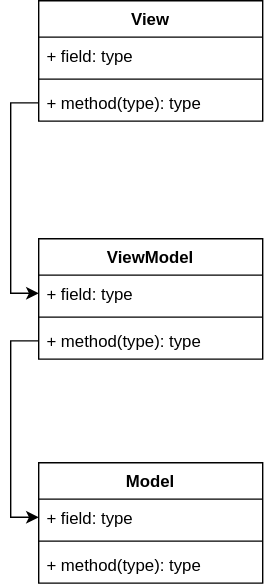
The draw.io diagram MVVM/UML MVVM.svg in devlubinets/todo, before a commit. Source tidied: cells renumbered, new cells last; positions are measured from the earlier drawing's top-left corner, leaving out a move shared by most shapes. The source it was exported from:
```xml
<mxGraphModel>
  <root>
    <mxCell id="0" />
    <mxCell id="1" parent="0" />
    <mxCell id="2" value="View" style="swimlane;fontStyle=1;align=center;verticalAlign=top;horizontal=1;startSize=26;" parent="1" vertex="1">
      <mxGeometry width="160" height="86" as="geometry" />
    </mxCell>
    <mxCell id="3" value="+ field: type" style="text;strokeColor=none;fillColor=none;align=left;verticalAlign=top;spacingLeft=4;spacingRight=4;overflow=hidden;" parent="2" vertex="1">
      <mxGeometry y="26" width="160" height="26" as="geometry" />
    </mxCell>
    <mxCell id="4" style="line;strokeWidth=1;fillColor=none;align=left;verticalAlign=middle;spacingTop=-1;spacingLeft=3;spacingRight=3;labelPosition=right;" parent="2" vertex="1">
      <mxGeometry y="52" width="160" height="8" as="geometry" />
    </mxCell>
    <mxCell id="5" value="+ method(type): type" style="text;strokeColor=none;fillColor=none;align=left;verticalAlign=top;spacingLeft=4;spacingRight=4;overflow=hidden;points=[[0,0.5],[1,0.5]];portConstraint=eastwest;" parent="2" vertex="1">
      <mxGeometry y="60" width="160" height="26" as="geometry" />
    </mxCell>
    <mxCell id="6" value="ViewModel" style="swimlane;fontStyle=1;align=center;verticalAlign=top;horizontal=1;startSize=26;" parent="1" vertex="1">
      <mxGeometry y="170" width="160" height="86" as="geometry" />
    </mxCell>
    <mxCell id="7" value="+ field: type" style="text;strokeColor=none;fillColor=none;align=left;verticalAlign=top;spacingLeft=4;spacingRight=4;overflow=hidden;points=[[0,0.5],[1,0.5]];portConstraint=eastwest;" parent="6" vertex="1">
      <mxGeometry y="26" width="160" height="26" as="geometry" />
    </mxCell>
    <mxCell id="8" style="line;strokeWidth=1;fillColor=none;align=left;verticalAlign=middle;spacingTop=-1;spacingLeft=3;spacingRight=3;labelPosition=right;" parent="6" vertex="1">
      <mxGeometry y="52" width="160" height="8" as="geometry" />
    </mxCell>
    <mxCell id="9" value="+ method(type): type" style="text;strokeColor=none;fillColor=none;align=left;verticalAlign=top;spacingLeft=4;spacingRight=4;overflow=hidden;points=[[0,0.5],[1,0.5]];portConstraint=eastwest;" parent="6" vertex="1">
      <mxGeometry y="60" width="160" height="26" as="geometry" />
    </mxCell>
    <mxCell id="10" value="Model" style="swimlane;fontStyle=1;align=center;verticalAlign=top;horizontal=1;startSize=26;" parent="1" vertex="1">
      <mxGeometry y="330" width="160" height="86" as="geometry" />
    </mxCell>
    <mxCell id="11" value="+ field: type" style="text;strokeColor=none;fillColor=none;align=left;verticalAlign=top;spacingLeft=4;spacingRight=4;overflow=hidden;points=[[0,0.5],[1,0.5]];portConstraint=eastwest;" parent="10" vertex="1">
      <mxGeometry y="26" width="160" height="26" as="geometry" />
    </mxCell>
    <mxCell id="12" style="line;strokeWidth=1;fillColor=none;align=left;verticalAlign=middle;spacingTop=-1;spacingLeft=3;spacingRight=3;labelPosition=right;" parent="10" vertex="1">
      <mxGeometry y="52" width="160" height="8" as="geometry" />
    </mxCell>
    <mxCell id="13" value="+ method(type): type" style="text;strokeColor=none;fillColor=none;align=left;verticalAlign=top;spacingLeft=4;spacingRight=4;overflow=hidden;" parent="10" vertex="1">
      <mxGeometry y="60" width="160" height="26" as="geometry" />
    </mxCell>
    <mxCell id="14" style="edgeStyle=orthogonalEdgeStyle;rounded=0;jettySize=auto;html=1;entryX=0;entryY=0.5;entryDx=0;entryDy=0;" parent="1" edge="1" source="9" target="11">
      <mxGeometry relative="1" as="geometry" />
    </mxCell>
    <mxCell id="15" style="edgeStyle=orthogonalEdgeStyle;rounded=0;jettySize=auto;html=1;entryX=0;entryY=0.5;entryDx=0;entryDy=0;" parent="1" edge="1" source="5" target="7">
      <mxGeometry relative="1" as="geometry" />
    </mxCell>
  </root>
</mxGraphModel>
```
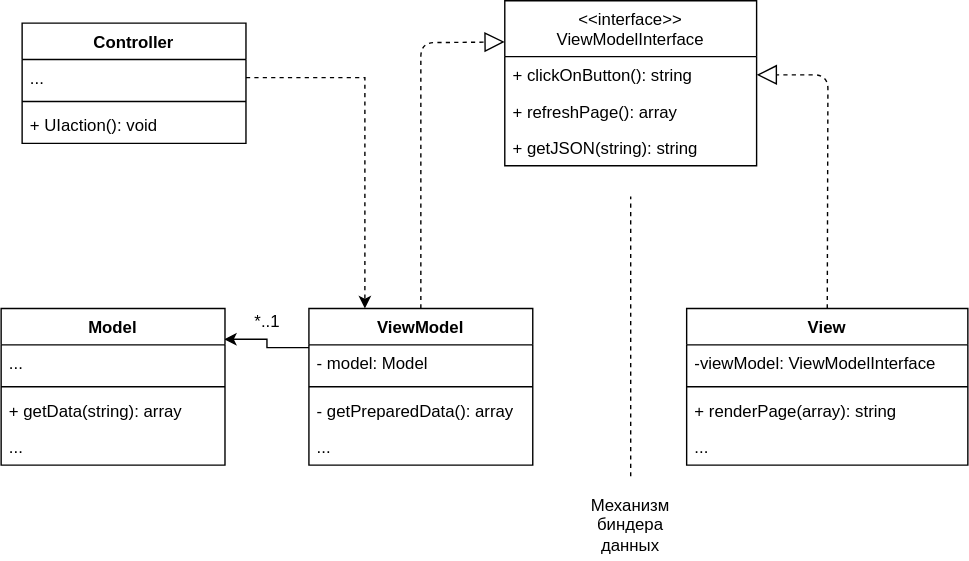
The same file after the commit.

Commit message:
Обновил UML диаграмму

Change to the diagram source:
```diff
@@ -3,46 +3,106 @@
     <mxCell id="0" />
     <mxCell id="1" parent="0" />
     <mxCell id="2" value="View" style="swimlane;fontStyle=1;align=center;verticalAlign=top;horizontal=1;startSize=26;" parent="1" vertex="1">
-      <mxGeometry width="160" height="86" as="geometry" />
+      <mxGeometry x="259" y="290" width="201" height="112" as="geometry" />
     </mxCell>
+    <mxCell id="16" value="-viewModel: ViewModelInterface" style="text;strokeColor=none;fillColor=none;align=left;verticalAlign=top;spacingLeft=4;spacingRight=4;overflow=hidden;" parent="2" vertex="1">
+      <mxGeometry y="26" width="201" height="26" as="geometry" />
+    </mxCell>
+    <mxCell id="4" style="line;strokeWidth=1;fillColor=none;align=left;verticalAlign=middle;spacingTop=-1;spacingLeft=3;spacingRight=3;labelPosition=right;" parent="2" vertex="1">
+      <mxGeometry y="52" width="201" height="8" as="geometry" />
+    </mxCell>
-    <mxCell id="3" value="+ field: type" style="text;strokeColor=none;fillColor=none;align=left;verticalAlign=top;spacingLeft=4;spacingRight=4;overflow=hidden;" parent="2" vertex="1">
-      <mxGeometry y="26" width="160" height="26" as="geometry" />
+    <mxCell id="3" value="+ renderPage(array): string" style="text;strokeColor=none;fillColor=none;align=left;verticalAlign=top;spacingLeft=4;spacingRight=4;overflow=hidden;" parent="2" vertex="1">
+      <mxGeometry y="60" width="201" height="26" as="geometry" />
     </mxCell>
-    <mxCell id="4" style="line;strokeWidth=1;fillColor=none;align=left;verticalAlign=middle;spacingTop=-1;spacingLeft=3;spacingRight=3;labelPosition=right;" parent="2" vertex="1">
-      <mxGeometry y="52" width="160" height="8" as="geometry" />
-    </mxCell>
-    <mxCell id="5" value="+ method(type): type" style="text;strokeColor=none;fillColor=none;align=left;verticalAlign=top;spacingLeft=4;spacingRight=4;overflow=hidden;points=[[0,0.5],[1,0.5]];portConstraint=eastwest;" parent="2" vertex="1">
-      <mxGeometry y="60" width="160" height="26" as="geometry" />
-    </mxCell>
+    <mxCell id="17" value="..." style="text;strokeColor=none;fillColor=none;align=left;verticalAlign=top;spacingLeft=4;spacingRight=4;overflow=hidden;" parent="2" vertex="1">
+      <mxGeometry y="86" width="201" height="26" as="geometry" />
+    </mxCell>
+    <mxCell id="18" style="edgeStyle=orthogonalEdgeStyle;rounded=0;jettySize=auto;html=1;exitX=0;exitY=0.25;exitDx=0;exitDy=0;entryX=0.996;entryY=-0.154;entryDx=0;entryDy=0;entryPerimeter=0;" parent="1" edge="1" source="6" target="11">
+      <mxGeometry relative="1" as="geometry" />
+    </mxCell>
     <mxCell id="6" value="ViewModel" style="swimlane;fontStyle=1;align=center;verticalAlign=top;horizontal=1;startSize=26;" parent="1" vertex="1">
-      <mxGeometry y="170" width="160" height="86" as="geometry" />
+      <mxGeometry x="-11" y="290" width="160" height="112" as="geometry" />
     </mxCell>
+    <mxCell id="19" style="endArrow=block;dashed=1;endFill=0;endSize=12;html=1;entryX=0;entryY=0.25;entryDx=0;entryDy=0;" parent="6" edge="1" target="25">
+      <mxGeometry relative="1" as="geometry">
+        <mxPoint x="80" as="sourcePoint" />
+        <Array as="points">
+          <mxPoint x="80" y="-190" />
+        </Array>
+      </mxGeometry>
+    </mxCell>
-    <mxCell id="7" value="+ field: type" style="text;strokeColor=none;fillColor=none;align=left;verticalAlign=top;spacingLeft=4;spacingRight=4;overflow=hidden;points=[[0,0.5],[1,0.5]];portConstraint=eastwest;" parent="6" vertex="1">
+    <mxCell id="7" value="- model: Model" style="text;strokeColor=none;fillColor=none;align=left;verticalAlign=top;spacingLeft=4;spacingRight=4;overflow=hidden;points=[[0,0.5],[1,0.5]];portConstraint=eastwest;" parent="6" vertex="1">
       <mxGeometry y="26" width="160" height="26" as="geometry" />
     </mxCell>
     <mxCell id="8" style="line;strokeWidth=1;fillColor=none;align=left;verticalAlign=middle;spacingTop=-1;spacingLeft=3;spacingRight=3;labelPosition=right;" parent="6" vertex="1">
       <mxGeometry y="52" width="160" height="8" as="geometry" />
     </mxCell>
-    <mxCell id="9" value="+ method(type): type" style="text;strokeColor=none;fillColor=none;align=left;verticalAlign=top;spacingLeft=4;spacingRight=4;overflow=hidden;points=[[0,0.5],[1,0.5]];portConstraint=eastwest;" parent="6" vertex="1">
+    <mxCell id="9" value="- getPreparedData(): array" style="text;strokeColor=none;fillColor=none;align=left;verticalAlign=top;spacingLeft=4;spacingRight=4;overflow=hidden;points=[[0,0.5],[1,0.5]];portConstraint=eastwest;" parent="6" vertex="1">
       <mxGeometry y="60" width="160" height="26" as="geometry" />
     </mxCell>
+    <mxCell id="20" value="..." style="text;strokeColor=none;fillColor=none;align=left;verticalAlign=top;spacingLeft=4;spacingRight=4;overflow=hidden;" parent="6" vertex="1">
+      <mxGeometry y="86" width="160" height="26" as="geometry" />
+    </mxCell>
     <mxCell id="10" value="Model" style="swimlane;fontStyle=1;align=center;verticalAlign=top;horizontal=1;startSize=26;" parent="1" vertex="1">
-      <mxGeometry y="330" width="160" height="86" as="geometry" />
+      <mxGeometry x="-231" y="290" width="160" height="112" as="geometry" />
     </mxCell>
-    <mxCell id="11" value="+ field: type" style="text;strokeColor=none;fillColor=none;align=left;verticalAlign=top;spacingLeft=4;spacingRight=4;overflow=hidden;points=[[0,0.5],[1,0.5]];portConstraint=eastwest;" parent="10" vertex="1">
+    <mxCell id="11" value="..." style="text;strokeColor=none;fillColor=none;align=left;verticalAlign=top;spacingLeft=4;spacingRight=4;overflow=hidden;points=[[0,0.5],[1,0.5]];portConstraint=eastwest;" parent="10" vertex="1">
       <mxGeometry y="26" width="160" height="26" as="geometry" />
     </mxCell>
     <mxCell id="12" style="line;strokeWidth=1;fillColor=none;align=left;verticalAlign=middle;spacingTop=-1;spacingLeft=3;spacingRight=3;labelPosition=right;" parent="10" vertex="1">
       <mxGeometry y="52" width="160" height="8" as="geometry" />
     </mxCell>
-    <mxCell id="13" value="+ method(type): type" style="text;strokeColor=none;fillColor=none;align=left;verticalAlign=top;spacingLeft=4;spacingRight=4;overflow=hidden;" parent="10" vertex="1">
+    <mxCell id="13" value="+ getData(string): array" style="text;strokeColor=none;fillColor=none;align=left;verticalAlign=top;spacingLeft=4;spacingRight=4;overflow=hidden;" parent="10" vertex="1">
       <mxGeometry y="60" width="160" height="26" as="geometry" />
     </mxCell>
-    <mxCell id="14" style="edgeStyle=orthogonalEdgeStyle;rounded=0;jettySize=auto;html=1;entryX=0;entryY=0.5;entryDx=0;entryDy=0;" parent="1" edge="1" source="9" target="11">
-      <mxGeometry relative="1" as="geometry" />
-    </mxCell>
-    <mxCell id="15" style="edgeStyle=orthogonalEdgeStyle;rounded=0;jettySize=auto;html=1;entryX=0;entryY=0.5;entryDx=0;entryDy=0;" parent="1" edge="1" source="5" target="7">
-      <mxGeometry relative="1" as="geometry" />
-    </mxCell>
+    <mxCell id="21" value="..." style="text;strokeColor=none;fillColor=none;align=left;verticalAlign=top;spacingLeft=4;spacingRight=4;overflow=hidden;" parent="10" vertex="1">
+      <mxGeometry y="86" width="160" height="26" as="geometry" />
+    </mxCell>
+    <mxCell id="22" style="endArrow=none;dashed=1;html=1;" parent="1" edge="1">
+      <mxGeometry relative="1" as="geometry">
+        <mxPoint x="219" y="410" as="sourcePoint" />
+        <mxPoint x="219" y="210" as="targetPoint" />
+      </mxGeometry>
+    </mxCell>
+    <mxCell id="23" value="Механизм биндера данных" style="text;html=1;strokeColor=none;fillColor=none;align=center;verticalAlign=middle;whiteSpace=wrap;rounded=0;" parent="1" vertex="1">
+      <mxGeometry x="179" y="420" width="80" height="50" as="geometry" />
+    </mxCell>
+    <mxCell id="24" value="*..1" style="text;html=1;align=center;verticalAlign=middle;strokeColor=none;" parent="1" vertex="1">
+      <mxGeometry x="-56" y="290" width="30" height="20" as="geometry" />
+    </mxCell>
+    <mxCell id="25" value="&lt;&lt;interface&gt;&gt;&#10;ViewModelInterface" style="swimlane;fontStyle=0;horizontal=1;startSize=40;fillColor=none;" parent="1" vertex="1">
+      <mxGeometry x="129" y="70" width="180" height="118" as="geometry" />
+    </mxCell>
+    <mxCell id="26" value="+ clickOnButton(): string" style="text;strokeColor=none;fillColor=none;align=left;verticalAlign=top;spacingLeft=4;spacingRight=4;overflow=hidden;points=[[0,0.5],[1,0.5]];portConstraint=eastwest;" parent="25" vertex="1">
+      <mxGeometry y="40" width="180" height="26" as="geometry" />
+    </mxCell>
+    <mxCell id="27" value="+ refreshPage(): array" style="text;strokeColor=none;fillColor=none;align=left;verticalAlign=top;spacingLeft=4;spacingRight=4;overflow=hidden;" parent="25" vertex="1">
+      <mxGeometry y="66" width="180" height="26" as="geometry" />
+    </mxCell>
+    <mxCell id="28" value="+ getJSON(string): string" style="text;strokeColor=none;fillColor=none;align=left;verticalAlign=top;spacingLeft=4;spacingRight=4;overflow=hidden;" parent="25" vertex="1">
+      <mxGeometry y="92" width="180" height="26" as="geometry" />
+    </mxCell>
+    <mxCell id="29" style="endArrow=block;dashed=1;endFill=0;endSize=12;html=1;exitX=0.5;exitY=0;exitDx=0;exitDy=0;entryX=1;entryY=0.5;entryDx=0;entryDy=0;" parent="1" edge="1" source="2" target="26">
+      <mxGeometry relative="1" as="geometry">
+        <Array as="points">
+          <mxPoint x="360" y="123" />
+        </Array>
+      </mxGeometry>
+    </mxCell>
+    <mxCell id="30" value="Controller" style="swimlane;fontStyle=1;align=center;verticalAlign=top;horizontal=1;startSize=26;" parent="1" vertex="1">
+      <mxGeometry x="-216" y="86" width="160" height="86" as="geometry" />
+    </mxCell>
+    <mxCell id="31" value="..." style="text;strokeColor=none;fillColor=none;align=left;verticalAlign=top;spacingLeft=4;spacingRight=4;overflow=hidden;points=[[0,0.5],[1,0.5]];portConstraint=eastwest;" parent="30" vertex="1">
+      <mxGeometry y="26" width="160" height="26" as="geometry" />
+    </mxCell>
+    <mxCell id="32" style="line;strokeWidth=1;fillColor=none;align=left;verticalAlign=middle;spacingTop=-1;spacingLeft=3;spacingRight=3;labelPosition=right;" parent="30" vertex="1">
+      <mxGeometry y="52" width="160" height="8" as="geometry" />
+    </mxCell>
+    <mxCell id="33" value="+ UIaction(): void" style="text;strokeColor=none;fillColor=none;align=left;verticalAlign=top;spacingLeft=4;spacingRight=4;overflow=hidden;" parent="30" vertex="1">
+      <mxGeometry y="60" width="160" height="26" as="geometry" />
+    </mxCell>
+    <mxCell id="34" style="edgeStyle=orthogonalEdgeStyle;rounded=0;jettySize=auto;html=1;entryX=0.25;entryY=0;entryDx=0;entryDy=0;dashed=1;" parent="1" edge="1" source="31" target="6">
+      <mxGeometry relative="1" as="geometry" />
+    </mxCell>
   </root>
 </mxGraphModel>
```
